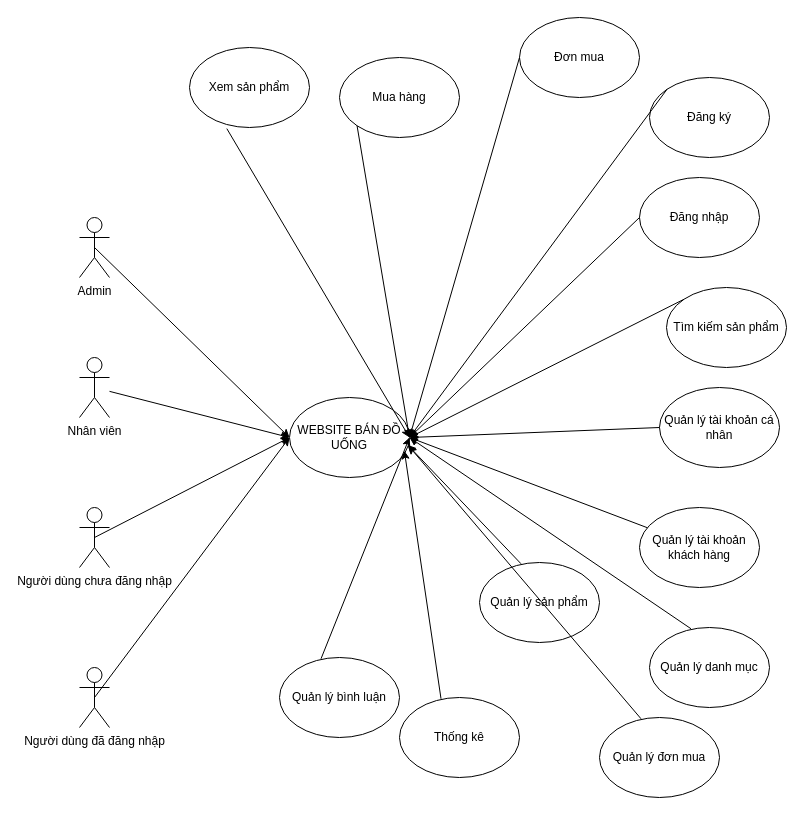
minhtthph42743/duan1 keeps this draw.io diagram as page "Trang-1" (1 of 2) of Biểu đồ không có tiêu đề.drawio. Above is the earlier version. Source tidied: cells renumbered, new cells numbered last; positions are measured from the earlier drawing's top-left corner, leaving out a move shared by most shapes. Both pictures are drawn from the tidied source at 100%, with x=0, y=0 at pixel (79, 17).
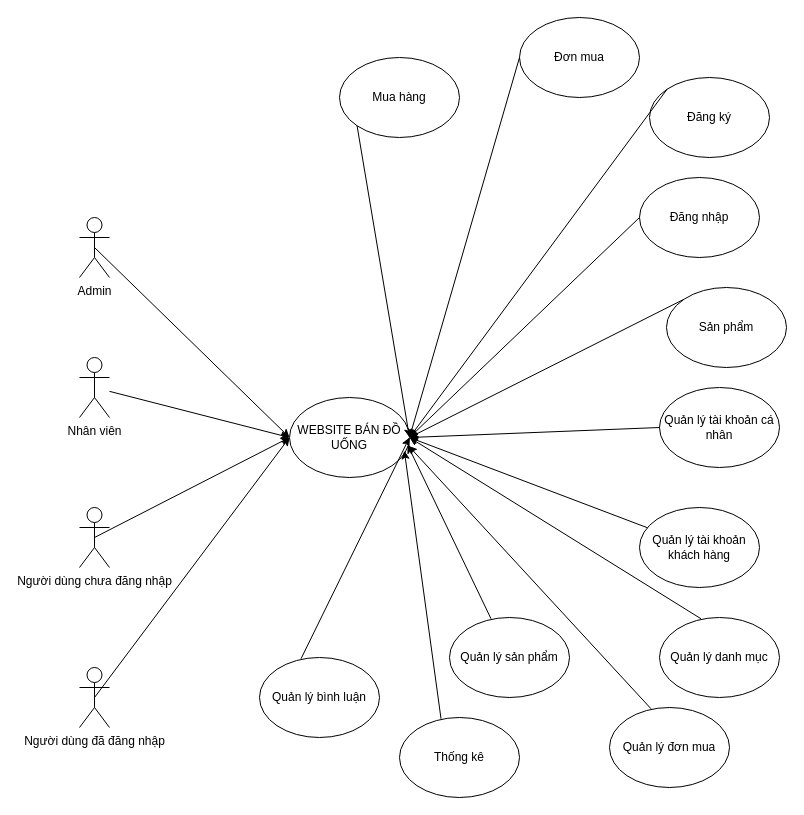
Above is the later version.

The change refers to these unchanged cells:
```xml
<mxCell id="6" value="WEBSITE BÁN ĐỒ UỐNG" style="ellipse;whiteSpace=wrap;html=1;" parent="1" vertex="1">
  <mxGeometry x="210" y="380" width="120" height="80" as="geometry" />
</mxCell>
```

Diff of the diagram source:
```diff
@@
-    <mxCell id="11" value="Tìm kiếm sản phẩm" style="ellipse;whiteSpace=wrap;html=1;" parent="1" vertex="1">
+    <mxCell id="11" value="Sản phẩm" style="ellipse;whiteSpace=wrap;html=1;" parent="1" vertex="1">
       <mxGeometry x="587" y="270" width="120" height="80" as="geometry" />
     </mxCell>
@@
-    <mxCell id="16" value="Xem sản phẩm" style="ellipse;whiteSpace=wrap;html=1;" parent="1" vertex="1">
-      <mxGeometry x="110" y="30" width="120" height="80" as="geometry" />
-    </mxCell>
-    <mxCell id="17" style="endArrow=classic;html=1;rounded=0;entryX=1;entryY=0.5;entryDx=0;entryDy=0;exitX=0.311;exitY=1.014;exitDx=0;exitDy=0;exitPerimeter=0;" parent="1" edge="1" source="16" target="6">
-      <mxGeometry relative="1" as="geometry" />
-    </mxCell>
@@
     <mxCell id="27" value="Quản lý danh mục" style="ellipse;whiteSpace=wrap;html=1;" parent="1" vertex="1">
-      <mxGeometry x="570" y="610" width="120" height="80" as="geometry" />
+      <mxGeometry x="580" y="600" width="120" height="80" as="geometry" />
     </mxCell>
@@
     <mxCell id="29" value="Quản lý sản phẩm" style="ellipse;whiteSpace=wrap;html=1;" parent="1" vertex="1">
-      <mxGeometry x="400" y="545" width="120" height="80" as="geometry" />
+      <mxGeometry x="370" y="600" width="120" height="80" as="geometry" />
     </mxCell>
@@
     <mxCell id="31" value="Quản lý đơn mua" style="ellipse;whiteSpace=wrap;html=1;" parent="1" vertex="1">
-      <mxGeometry x="520" y="700" width="120" height="80" as="geometry" />
+      <mxGeometry x="530" y="690" width="120" height="80" as="geometry" />
     </mxCell>
@@
     <mxCell id="33" value="Thống kê" style="ellipse;whiteSpace=wrap;html=1;" parent="1" vertex="1">
-      <mxGeometry x="320" y="680" width="120" height="80" as="geometry" />
+      <mxGeometry x="320" y="700" width="120" height="80" as="geometry" />
     </mxCell>
@@
     <mxCell id="35" value="Quản lý bình luận" style="ellipse;whiteSpace=wrap;html=1;" parent="1" vertex="1">
-      <mxGeometry x="200" y="640" width="120" height="80" as="geometry" />
+      <mxGeometry x="180" y="640" width="120" height="80" as="geometry" />
     </mxCell>
```
